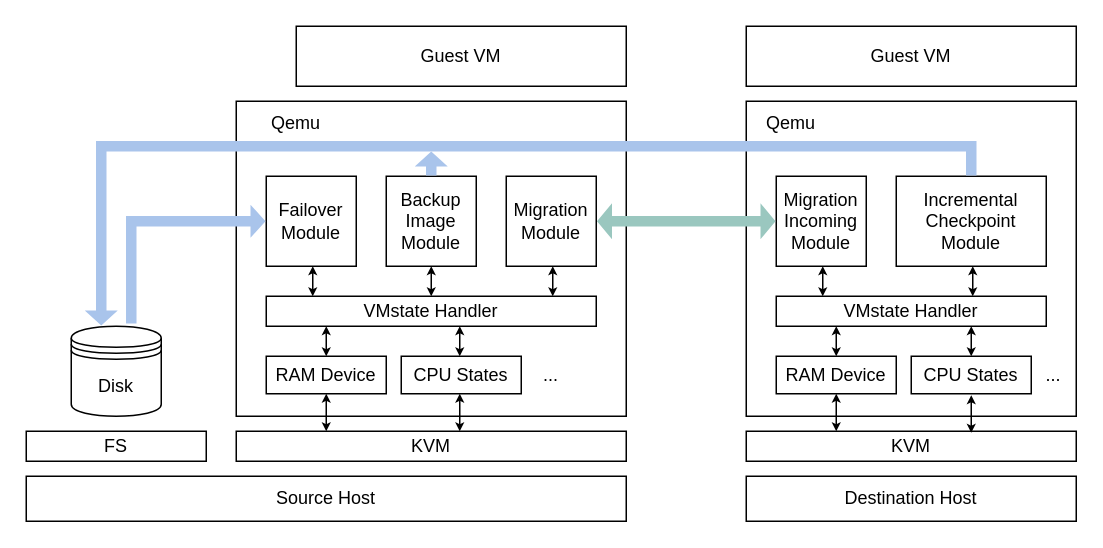
xuyizhe1999/drawio keeps this draw.io diagram as final/architecture.drawio. Above is the earlier version. Source tidied: cells renumbered, new cells numbered last; positions are measured from the earlier drawing's top-left corner, leaving out a move shared by most shapes. Both pictures are drawn from the tidied source at 150%, with x=0, y=0 at pixel (26, 26).
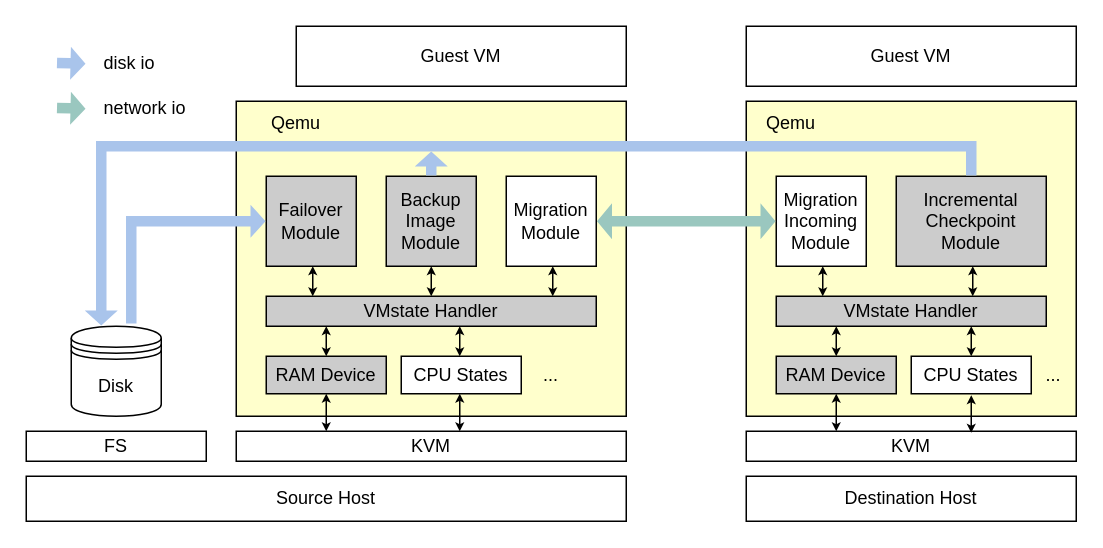
After the change.

The edit, as a diff of the source:
```diff
@@
-    <mxCell id="3" style="rounded=0;whiteSpace=wrap;html=1;" parent="1" vertex="1">
+    <mxCell id="3" style="rounded=0;whiteSpace=wrap;html=1;fillColor=#FFFFCC;" parent="1" vertex="1">
       <mxGeometry x="140" y="50" width="260" height="210" as="geometry" />
     </mxCell>
@@
-    <mxCell id="6" value="Backup Image&lt;br&gt;Module" style="rounded=0;whiteSpace=wrap;html=1;" parent="1" vertex="1">
+    <mxCell id="6" value="Backup Image&lt;br&gt;Module" style="rounded=0;whiteSpace=wrap;html=1;fillColor=#CCCCCC;" parent="1" vertex="1">
       <mxGeometry x="240" y="100" width="60" height="60" as="geometry" />
     </mxCell>
-    <mxCell id="7" value="VMstate Handler" style="rounded=0;whiteSpace=wrap;html=1;" parent="1" vertex="1">
+    <mxCell id="7" value="VMstate Handler" style="rounded=0;whiteSpace=wrap;html=1;fillColor=#CCCCCC;" parent="1" vertex="1">
       <mxGeometry x="160" y="180" width="220" height="20" as="geometry" />
     </mxCell>
@@
-    <mxCell id="13" style="rounded=0;whiteSpace=wrap;html=1;" parent="1" vertex="1">
+    <mxCell id="13" style="rounded=0;whiteSpace=wrap;html=1;fillColor=#FFFFCC;" parent="1" vertex="1">
       <mxGeometry x="480" y="50" width="220" height="210" as="geometry" />
     </mxCell>
@@
-    <mxCell id="17" value="Incremental&lt;br&gt;Checkpoint&lt;br&gt;Module" style="rounded=0;whiteSpace=wrap;html=1;" parent="1" vertex="1">
+    <mxCell id="17" value="Incremental&lt;br&gt;Checkpoint&lt;br&gt;Module" style="rounded=0;whiteSpace=wrap;html=1;fillColor=#CCCCCC;" parent="1" vertex="1">
       <mxGeometry x="580" y="100" width="100" height="60" as="geometry" />
     </mxCell>
@@
-    <mxCell id="20" value="Failover&lt;br&gt;Module" style="rounded=0;whiteSpace=wrap;html=1;" parent="1" vertex="1">
+    <mxCell id="20" value="Failover&lt;br&gt;Module" style="rounded=0;whiteSpace=wrap;html=1;fillColor=#CCCCCC;" parent="1" vertex="1">
       <mxGeometry x="160" y="100" width="60" height="60" as="geometry" />
     </mxCell>
@@
-    <mxCell id="24" value="VMstate Handler" style="rounded=0;whiteSpace=wrap;html=1;" parent="1" vertex="1">
+    <mxCell id="24" value="VMstate Handler" style="rounded=0;whiteSpace=wrap;html=1;fillColor=#CCCCCC;" parent="1" vertex="1">
       <mxGeometry x="500" y="180" width="180" height="20" as="geometry" />
     </mxCell>
-    <mxCell id="25" value="RAM Device" style="rounded=0;whiteSpace=wrap;html=1;" parent="1" vertex="1">
+    <mxCell id="25" value="RAM Device" style="rounded=0;whiteSpace=wrap;html=1;fillColor=#CCCCCC;" parent="1" vertex="1">
       <mxGeometry x="160" y="220" width="80" height="25" as="geometry" />
     </mxCell>
@@
-    <mxCell id="28" value="RAM Device" style="rounded=0;whiteSpace=wrap;html=1;" parent="1" vertex="1">
+    <mxCell id="28" value="RAM Device" style="rounded=0;whiteSpace=wrap;html=1;fillColor=#CCCCCC;" parent="1" vertex="1">
       <mxGeometry x="500" y="220" width="80" height="25" as="geometry" />
     </mxCell>
@@
+    <mxCell id="44" style="shape=flexArrow;endArrow=classic;html=1;rounded=0;exitX=0.5;exitY=0;exitDx=0;exitDy=0;fillColor=#A9C4EB;endSize=3;width=7;endWidth=14;startArrow=none;startFill=0;strokeColor=none;" parent="1" edge="1">
+      <mxGeometry relative="1" as="geometry">
+        <mxPoint x="20" y="24.5" as="sourcePoint" />
+        <mxPoint x="40" y="25" as="targetPoint" />
+      </mxGeometry>
+    </mxCell>
+    <mxCell id="45" style="shape=flexArrow;endArrow=classic;html=1;rounded=0;exitX=0.5;exitY=0;exitDx=0;exitDy=0;fillColor=#9AC7BF;endSize=3;width=7;endWidth=14;startArrow=none;startFill=0;strokeColor=none;" parent="1" edge="1">
+      <mxGeometry relative="1" as="geometry">
+        <mxPoint x="20" y="54.5" as="sourcePoint" />
+        <mxPoint x="40" y="55" as="targetPoint" />
+      </mxGeometry>
+    </mxCell>
+    <mxCell id="46" value="disk io" style="text;html=1;strokeColor=none;fillColor=none;align=left;verticalAlign=middle;whiteSpace=wrap;rounded=0;" parent="1" vertex="1">
+      <mxGeometry x="50" y="10" width="60" height="30" as="geometry" />
+    </mxCell>
+    <mxCell id="47" value="network io" style="text;html=1;strokeColor=none;fillColor=none;align=left;verticalAlign=middle;whiteSpace=wrap;rounded=0;" parent="1" vertex="1">
+      <mxGeometry x="50" y="40" width="60" height="30" as="geometry" />
+    </mxCell>
```
